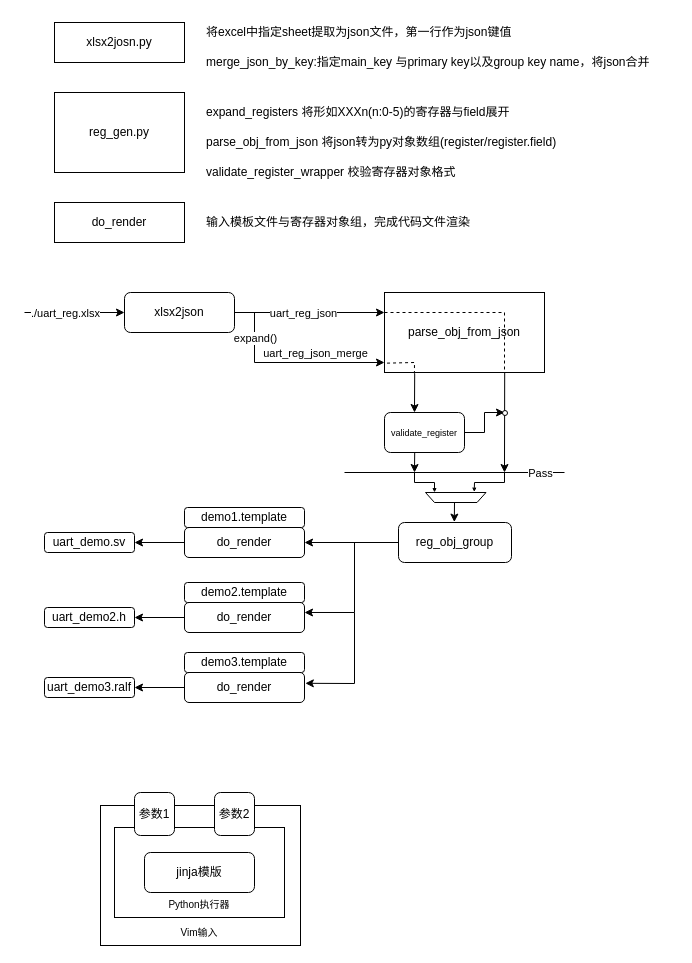
iceyxy/flow-chart-drawio keeps this draw.io diagram as page "Python脚本流程" (4 of 5) of drawio/test.drawio. Above is the earlier version. Source tidied: cells renumbered, new cells numbered last; positions are measured from the earlier drawing's top-left corner, leaving out a move shared by most shapes. Both pictures are drawn from the tidied source at 100%, with x=0, y=0 at pixel (24, 17).
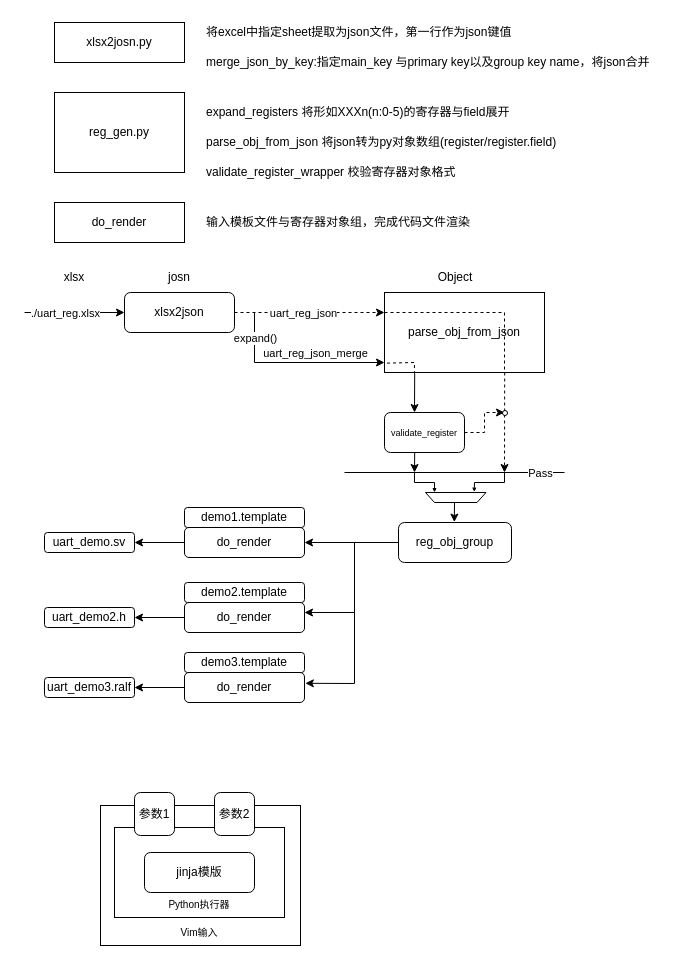
The same diagram, later.

The change refers to these unchanged cells:
```xml
<mxCell id="13" value="xlsx2json" style="rounded=1;whiteSpace=wrap;html=1;" parent="1" vertex="1">
  <mxGeometry x="100" y="275" width="110" height="40" as="geometry" />
</mxCell>
<mxCell id="22" value="&lt;font style=&quot;font-size: 9px;&quot;&gt;validate_register&lt;/font&gt;" style="rounded=1;whiteSpace=wrap;html=1;" parent="1" vertex="1">
  <mxGeometry x="360" y="395" width="80" height="40" as="geometry" />
</mxCell>
```

The edit, as a diff of the source:
```diff
@@
-    <mxCell id="16" style="endArrow=classic;html=1;rounded=0;exitX=1;exitY=0.5;exitDx=0;exitDy=0;" parent="1" edge="1" source="13">
+    <mxCell id="16" style="endArrow=classic;html=1;rounded=0;exitX=1;exitY=0.5;exitDx=0;exitDy=0;dashed=1;" parent="1" edge="1" source="13">
       <mxGeometry relative="1" as="geometry">
         <mxPoint x="360" y="295" as="targetPoint" />
       </mxGeometry>
     </mxCell>
@@
-    <mxCell id="26" style="endArrow=classic;html=1;rounded=0;" parent="1" edge="1">
+    <mxCell id="26" style="endArrow=classic;html=1;rounded=0;dashed=1;" parent="1" edge="1">
       <mxGeometry relative="1" as="geometry">
         <mxPoint x="480.2" y="355" as="sourcePoint" />
         <mxPoint x="480" y="455" as="targetPoint" />
       </mxGeometry>
     </mxCell>
-    <mxCell id="27" style="endArrow=classic;html=1;rounded=0;exitX=1;exitY=0.5;exitDx=0;exitDy=0;" parent="1" edge="1" source="22">
+    <mxCell id="27" style="endArrow=classic;html=1;rounded=0;exitX=1;exitY=0.5;exitDx=0;exitDy=0;dashed=1;" parent="1" edge="1" source="22">
       <mxGeometry relative="1" as="geometry">
         <mxPoint x="480" y="395" as="targetPoint" />
         <Array as="points">
           <mxPoint x="460" y="415" />
           <mxPoint x="460" y="395" />
         </Array>
       </mxGeometry>
     </mxCell>
@@
+    <mxCell id="57" value="josn" style="text;strokeColor=none;align=center;fillColor=none;html=1;verticalAlign=middle;whiteSpace=wrap;rounded=0;" parent="1" vertex="1">
+      <mxGeometry x="125" y="245" width="60" height="30" as="geometry" />
+    </mxCell>
+    <mxCell id="58" value="Object" style="text;strokeColor=none;align=center;fillColor=none;html=1;verticalAlign=middle;whiteSpace=wrap;rounded=0;" parent="1" vertex="1">
+      <mxGeometry x="400.5" y="245" width="60" height="30" as="geometry" />
+    </mxCell>
+    <mxCell id="59" value="xlsx" style="text;strokeColor=none;align=center;fillColor=none;html=1;verticalAlign=middle;whiteSpace=wrap;rounded=0;" parent="1" vertex="1">
+      <mxGeometry x="20" y="245" width="60" height="30" as="geometry" />
+    </mxCell>
```
